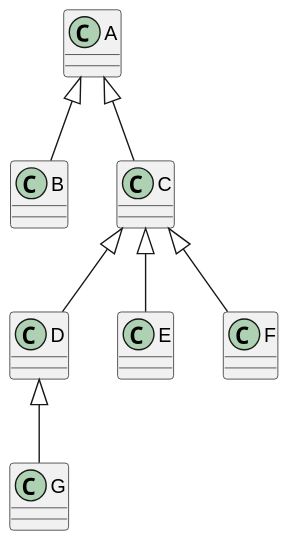
Above: images/modelosUML/jerarquiaClasificacion001.svg in mmasias/24-25-PRG2 (PlantUML), before the change. Its diagram source:
```plantuml
@startuml
A <|-- B
A <|-- C

C <|-- D
C <|-- E
C <|-- F

D <|-- G
@enduml
```
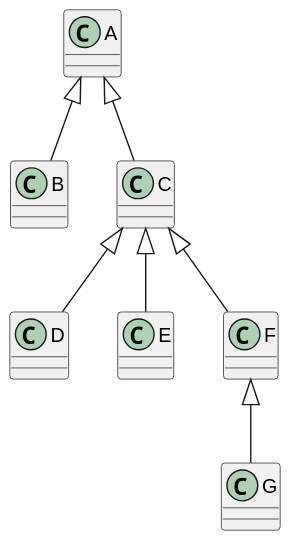
Above is the later version.

The edit, as a diff of the source:
```diff
@@ -1,10 +1,10 @@
 @startuml
-A <|-- B
-A <|-- C
+A <|-d- B
+A <|-d- C
 
-C <|-- D
-C <|-- E
-C <|-- F
+C <|-d- D
+C <|-d- E
+C <|-d- F
 
-D <|-- G
+F <|-d- G
 @enduml
```
